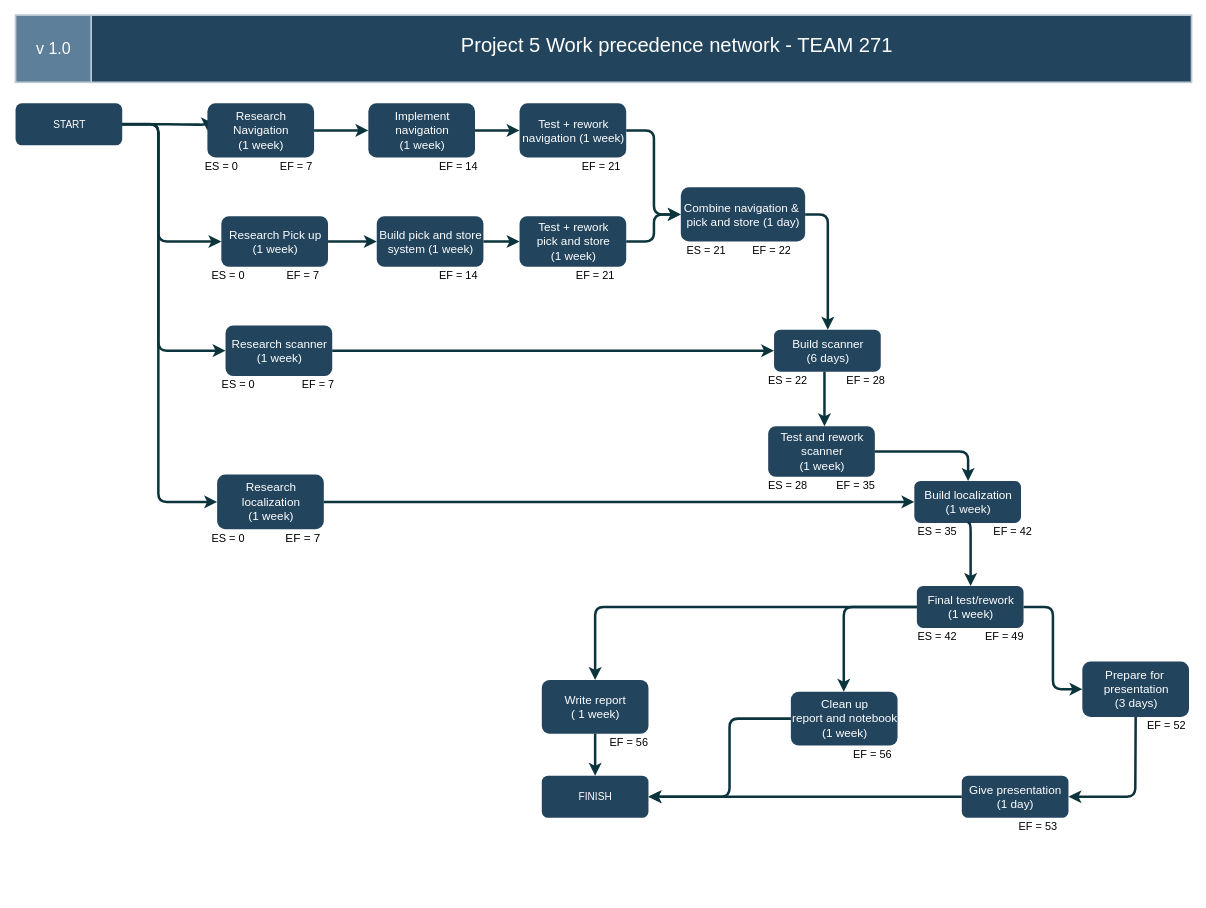
bhuynhdev/ENED-1120-Robotics-Proj5 keeps this draw.io diagram as precedence-network-Proj5.drawio. Above is the earlier version. Source tidied: cells renumbered, new cells numbered last; positions are measured from the earlier drawing's top-left corner, leaving out a move shared by most shapes. Both pictures are drawn from the tidied source at 84%, with x=0, y=0 at pixel (15, 14).
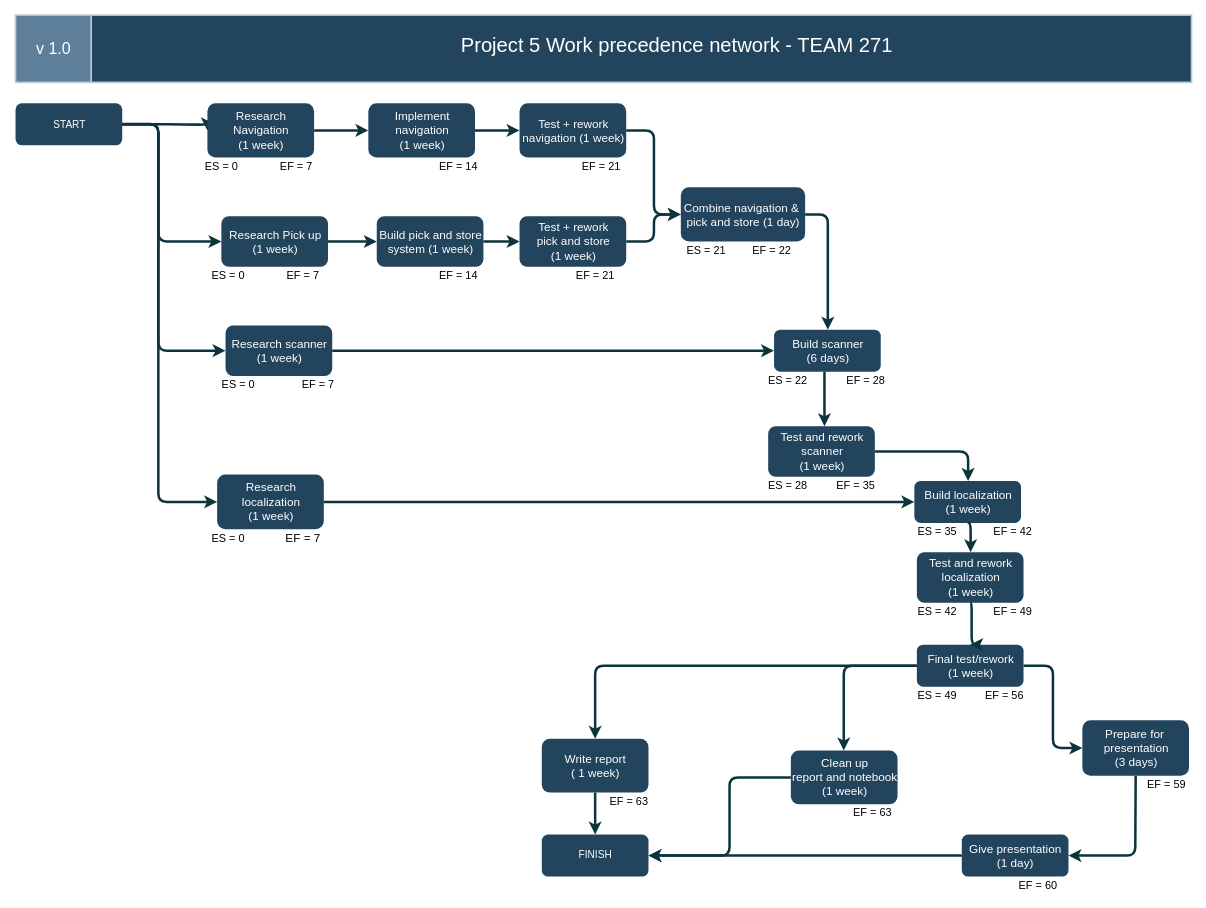
Above is the later version.

Commit message (it also covers changes not shown here):
Precedence network v3

Added missing task: Test and rework localization system

The change refers to these unchanged cells:
```xml
<mxCell id="19" value="&lt;font color=&quot;#ffffff&quot; style=&quot;font-size: 14px&quot;&gt;Build localization&lt;br&gt;(&lt;/font&gt;&lt;span style=&quot;color: rgb(255 , 255 , 255) ; font-size: 14px&quot;&gt;1 week&lt;/span&gt;&lt;font color=&quot;#ffffff&quot; style=&quot;font-size: 14px&quot;&gt;)&lt;br&gt;&lt;/font&gt;" style="rounded=1;fillColor=#23445D;strokeColor=none;strokeWidth=2;gradientColor=none;fontFamily=Helvetica;html=1;" parent="1" vertex="1">
  <mxGeometry x="1070" y="555" width="127" height="50" as="geometry" />
</mxCell>
```

Change to the diagram source:
```diff
@@
     <mxCell id="11" value="&lt;font color=&quot;#ffffff&quot; style=&quot;font-size: 14px&quot;&gt;Prepare for&amp;nbsp;&lt;br&gt;presentation&lt;br&gt;(3 days)&lt;/font&gt;" style="rounded=1;fillColor=#23445D;strokeColor=none;strokeWidth=2;gradientColor=none;fontFamily=Helvetica;html=1;" parent="1" vertex="1">
-      <mxGeometry x="1270" y="770" width="127" height="66" as="geometry" />
+      <mxGeometry x="1270" y="840" width="127" height="66" as="geometry" />
     </mxCell>
@@
     <mxCell id="16" value="&lt;font color=&quot;#ffffff&quot; style=&quot;font-size: 14px&quot;&gt;Final test/rework&lt;br&gt;(&lt;/font&gt;&lt;span style=&quot;color: rgb(255 , 255 , 255) ; font-size: 14px&quot;&gt;1 week&lt;/span&gt;&lt;font color=&quot;#ffffff&quot; style=&quot;font-size: 14px&quot;&gt;)&lt;/font&gt;" style="rounded=1;fillColor=#23445D;strokeColor=none;strokeWidth=2;gradientColor=none;fontFamily=Helvetica;html=1;" parent="1" vertex="1">
-      <mxGeometry x="1073" y="680" width="127" height="50" as="geometry" />
+      <mxGeometry x="1073" y="750" width="127" height="50" as="geometry" />
     </mxCell>
@@
     <mxCell id="33" style="edgeStyle=elbowEdgeStyle;elbow=horizontal;strokeWidth=3;strokeColor=#0C343D;fontFamily=Helvetica;html=1;exitX=1;exitY=0.5;exitDx=0;exitDy=0;" parent="1" edge="1" source="16" target="11">
-      <mxGeometry x="-3.6" y="706.5" as="geometry" />
+      <mxGeometry x="-3.6" y="776.5" as="geometry" />
     </mxCell>
-    <mxCell id="34" style="edgeStyle=elbowEdgeStyle;elbow=horizontal;strokeWidth=3;strokeColor=#0C343D;fontFamily=Helvetica;html=1;exitX=0.5;exitY=1;exitDx=0;exitDy=0;entryX=0.5;entryY=0;entryDx=0;entryDy=0;" parent="1" edge="1" source="19" target="16">
+    <mxCell id="34" style="edgeStyle=elbowEdgeStyle;elbow=horizontal;strokeWidth=3;strokeColor=#0C343D;fontFamily=Helvetica;html=1;exitX=0.5;exitY=1;exitDx=0;exitDy=0;entryX=0.5;entryY=0;entryDx=0;entryDy=0;" parent="1" edge="1" source="19" target="72">
       <mxGeometry x="6.4" y="830.5" as="geometry">
         <Array as="points">
           <mxPoint x="1137" y="630" />
           <mxPoint x="1614" y="640" />
         </Array>
       </mxGeometry>
     </mxCell>
@@
     <mxCell id="36" style="edgeStyle=elbowEdgeStyle;elbow=horizontal;strokeWidth=3;strokeColor=#0C343D;fontFamily=Helvetica;html=1;entryX=0.5;entryY=0;entryDx=0;entryDy=0;exitX=0;exitY=0.5;exitDx=0;exitDy=0;" parent="1" edge="1" source="16" target="37">
-      <mxGeometry x="6.4" y="716.5" as="geometry">
+      <mxGeometry x="6.4" y="786.5" as="geometry">
         <Array as="points">
-          <mxPoint x="986" y="716" />
-          <mxPoint x="1440" y="236" />
+          <mxPoint x="986" y="786" />
+          <mxPoint x="1440" y="306" />
         </Array>
       </mxGeometry>
     </mxCell>
     <mxCell id="37" value="&lt;font color=&quot;#ffffff&quot; style=&quot;font-size: 14px&quot;&gt;Clean up&lt;br&gt;report and notebook&lt;br&gt;(1 week)&lt;/font&gt;" style="rounded=1;fillColor=#23445D;strokeColor=none;strokeWidth=2;gradientColor=none;fontFamily=Helvetica;html=1;" parent="1" vertex="1">
-      <mxGeometry x="923" y="806" width="127" height="64" as="geometry" />
+      <mxGeometry x="923" y="876" width="127" height="64" as="geometry" />
     </mxCell>
     <mxCell id="38" value="&lt;font color=&quot;#ffffff&quot; style=&quot;font-size: 14px&quot;&gt;Give presentation&lt;br&gt;(1 day)&lt;/font&gt;" style="rounded=1;fillColor=#23445D;strokeColor=none;strokeWidth=2;gradientColor=none;fontFamily=Helvetica;html=1;" parent="1" vertex="1">
-      <mxGeometry x="1126.5" y="906" width="127" height="50" as="geometry" />
+      <mxGeometry x="1126.5" y="976" width="127" height="50" as="geometry" />
     </mxCell>
     <mxCell id="39" style="edgeStyle=elbowEdgeStyle;elbow=horizontal;strokeWidth=3;strokeColor=#0C343D;fontFamily=Helvetica;html=1;entryX=1;entryY=0.5;entryDx=0;entryDy=0;exitX=0.5;exitY=1;exitDx=0;exitDy=0;" parent="1" edge="1" source="11" target="38">
-      <mxGeometry x="220.4" y="723.8" as="geometry">
+      <mxGeometry x="220.4" y="793.8" as="geometry">
         <Array as="points">
-          <mxPoint x="1333" y="896" />
-          <mxPoint x="1357" y="1076" />
+          <mxPoint x="1333" y="966" />
+          <mxPoint x="1357" y="1146" />
         </Array>
       </mxGeometry>
     </mxCell>
@@
-    <mxCell id="55" value="&lt;font style=&quot;font-size: 13px&quot;&gt;ES = 42&lt;/font&gt;" style="text;html=1;align=center;verticalAlign=middle;" parent="1" vertex="1">
-      <mxGeometry x="1066.5" y="730" width="60" height="20" as="geometry" />
+    <mxCell id="55" value="&lt;font style=&quot;font-size: 13px&quot;&gt;ES = 49&lt;/font&gt;" style="text;html=1;align=center;verticalAlign=middle;" parent="1" vertex="1">
+      <mxGeometry x="1066.5" y="800" width="60" height="20" as="geometry" />
     </mxCell>
-    <mxCell id="56" value="&lt;font style=&quot;font-size: 13px&quot;&gt;EF = 49&lt;/font&gt;" style="text;html=1;align=center;verticalAlign=middle;" parent="1" vertex="1">
-      <mxGeometry x="1146.5" y="730" width="60" height="20" as="geometry" />
+    <mxCell id="56" value="&lt;font style=&quot;font-size: 13px&quot;&gt;EF = 56&lt;/font&gt;" style="text;html=1;align=center;verticalAlign=middle;" parent="1" vertex="1">
+      <mxGeometry x="1146.5" y="800" width="60" height="20" as="geometry" />
     </mxCell>
-    <mxCell id="57" value="&lt;font style=&quot;font-size: 13px&quot;&gt;EF = 52&lt;/font&gt;" style="text;html=1;align=center;verticalAlign=middle;" parent="1" vertex="1">
-      <mxGeometry x="1340" y="836" width="60" height="20" as="geometry" />
+    <mxCell id="57" value="&lt;font style=&quot;font-size: 13px&quot;&gt;EF = 59&lt;/font&gt;" style="text;html=1;align=center;verticalAlign=middle;" parent="1" vertex="1">
+      <mxGeometry x="1340" y="906" width="60" height="20" as="geometry" />
     </mxCell>
-    <mxCell id="58" value="&lt;font style=&quot;font-size: 13px&quot;&gt;EF = 53&lt;/font&gt;" style="text;html=1;align=center;verticalAlign=middle;" parent="1" vertex="1">
-      <mxGeometry x="1187" y="956" width="60" height="20" as="geometry" />
+    <mxCell id="58" value="&lt;font style=&quot;font-size: 13px&quot;&gt;EF = 60&lt;/font&gt;" style="text;html=1;align=center;verticalAlign=middle;" parent="1" vertex="1">
+      <mxGeometry x="1187" y="1026" width="60" height="20" as="geometry" />
     </mxCell>
-    <mxCell id="59" value="&lt;font style=&quot;font-size: 13px&quot;&gt;EF = 56&lt;/font&gt;" style="text;html=1;align=center;verticalAlign=middle;" parent="1" vertex="1">
-      <mxGeometry x="700" y="856" width="60" height="20" as="geometry" />
+    <mxCell id="59" value="&lt;font style=&quot;font-size: 13px&quot;&gt;EF = 63&lt;/font&gt;" style="text;html=1;align=center;verticalAlign=middle;" parent="1" vertex="1">
+      <mxGeometry x="700" y="926" width="60" height="20" as="geometry" />
     </mxCell>
@@
     <mxCell id="65" value="&lt;font color=&quot;#ffffff&quot;&gt;FINISH&lt;/font&gt;" style="rounded=1;fillColor=#23445D;strokeColor=none;strokeWidth=2;gradientColor=none;fontFamily=Helvetica;html=1;" parent="1" vertex="1">
-      <mxGeometry x="626.5" y="906" width="127" height="50" as="geometry" />
+      <mxGeometry x="626.5" y="976" width="127" height="50" as="geometry" />
     </mxCell>
     <mxCell id="66" style="edgeStyle=elbowEdgeStyle;elbow=horizontal;strokeWidth=3;strokeColor=#0C343D;fontFamily=Helvetica;html=1;entryX=1;entryY=0.5;entryDx=0;entryDy=0;exitX=0;exitY=0.5;exitDx=0;exitDy=0;" parent="1" edge="1" source="38" target="65">
-      <mxGeometry x="-89.6" y="839.2" as="geometry">
+      <mxGeometry x="-89.6" y="909.2" as="geometry">
         <Array as="points">
-          <mxPoint x="960" y="951" />
+          <mxPoint x="960" y="1021" />
         </Array>
       </mxGeometry>
     </mxCell>
     <mxCell id="67" style="edgeStyle=elbowEdgeStyle;elbow=horizontal;strokeWidth=3;strokeColor=#0C343D;fontFamily=Helvetica;html=1;entryX=1;entryY=0.5;entryDx=0;entryDy=0;exitX=0;exitY=0.5;exitDx=0;exitDy=0;" parent="1" edge="1" source="37" target="65">
-      <mxGeometry x="-399.6" y="584.2" as="geometry">
+      <mxGeometry x="-399.6" y="654.2" as="geometry">
         <Array as="points">
-          <mxPoint x="850" y="946" />
+          <mxPoint x="850" y="1016" />
         </Array>
       </mxGeometry>
     </mxCell>
     <mxCell id="68" style="edgeStyle=elbowEdgeStyle;elbow=horizontal;strokeWidth=3;strokeColor=#0C343D;fontFamily=Helvetica;html=1;exitX=0;exitY=0.5;exitDx=0;exitDy=0;entryX=0.5;entryY=0;entryDx=0;entryDy=0;" parent="1" edge="1" source="16" target="69">
-      <mxGeometry x="-278.1" y="711.5" as="geometry">
+      <mxGeometry x="-278.1" y="781.5" as="geometry">
         <Array as="points">
-          <mxPoint x="690" y="730" />
-          <mxPoint x="704" y="730" />
-          <mxPoint x="720" y="720" />
-          <mxPoint x="704" y="740" />
-          <mxPoint x="720" y="720" />
-          <mxPoint x="701.5" y="711" />
-          <mxPoint x="1155.5" y="231" />
+          <mxPoint x="690" y="800" />
+          <mxPoint x="704" y="800" />
+          <mxPoint x="720" y="790" />
+          <mxPoint x="704" y="810" />
+          <mxPoint x="720" y="790" />
+          <mxPoint x="701.5" y="781" />
+          <mxPoint x="1155.5" y="301" />
         </Array>
       </mxGeometry>
     </mxCell>
     <mxCell id="69" value="&lt;font color=&quot;#ffffff&quot; style=&quot;font-size: 14px&quot;&gt;&lt;span&gt;Write report&lt;br&gt;&lt;/span&gt;( 1 week)&lt;/font&gt;" style="rounded=1;fillColor=#23445D;strokeColor=none;strokeWidth=2;gradientColor=none;fontFamily=Helvetica;html=1;" parent="1" vertex="1">
-      <mxGeometry x="626.5" y="792" width="127" height="64" as="geometry" />
+      <mxGeometry x="626.5" y="862" width="127" height="64" as="geometry" />
     </mxCell>
     <mxCell id="70" style="edgeStyle=elbowEdgeStyle;elbow=horizontal;strokeWidth=3;strokeColor=#0C343D;fontFamily=Helvetica;html=1;exitX=0.5;exitY=1;exitDx=0;exitDy=0;entryX=0.5;entryY=0;entryDx=0;entryDy=0;" parent="1" edge="1" source="69" target="65">
-      <mxGeometry x="-268.1" y="721.5" as="geometry">
+      <mxGeometry x="-268.1" y="791.5" as="geometry">
         <Array as="points">
-          <mxPoint x="690" y="880" />
-          <mxPoint x="730" y="730" />
-          <mxPoint x="714" y="750" />
-          <mxPoint x="730" y="730" />
-          <mxPoint x="711.5" y="721" />
-          <mxPoint x="1165.5" y="241" />
+          <mxPoint x="690" y="950" />
+          <mxPoint x="730" y="800" />
+          <mxPoint x="714" y="820" />
+          <mxPoint x="730" y="800" />
+          <mxPoint x="711.5" y="791" />
+          <mxPoint x="1165.5" y="311" />
         </Array>
       </mxGeometry>
     </mxCell>
-    <mxCell id="71" value="&lt;font style=&quot;font-size: 13px&quot;&gt;EF = 56&lt;/font&gt;" style="text;html=1;align=center;verticalAlign=middle;" parent="1" vertex="1">
-      <mxGeometry x="990" y="870" width="60" height="20" as="geometry" />
+    <mxCell id="71" value="&lt;font style=&quot;font-size: 13px&quot;&gt;EF = 63&lt;/font&gt;" style="text;html=1;align=center;verticalAlign=middle;" parent="1" vertex="1">
+      <mxGeometry x="990" y="940" width="60" height="20" as="geometry" />
     </mxCell>
+    <mxCell id="72" value="&lt;font color=&quot;#ffffff&quot; style=&quot;font-size: 14px&quot;&gt;Test and rework&lt;br&gt;localization&lt;br&gt;(&lt;/font&gt;&lt;span style=&quot;color: rgb(255 , 255 , 255) ; font-size: 14px&quot;&gt;1 week&lt;/span&gt;&lt;font color=&quot;#ffffff&quot; style=&quot;font-size: 14px&quot;&gt;)&lt;br&gt;&lt;/font&gt;" style="rounded=1;fillColor=#23445D;strokeColor=none;strokeWidth=2;gradientColor=none;fontFamily=Helvetica;html=1;" parent="1" vertex="1">
+      <mxGeometry x="1073" y="640" width="127" height="60" as="geometry" />
+    </mxCell>
+    <mxCell id="73" style="edgeStyle=elbowEdgeStyle;elbow=horizontal;strokeWidth=3;strokeColor=#0C343D;fontFamily=Helvetica;html=1;exitX=0.5;exitY=1;exitDx=0;exitDy=0;entryX=0.5;entryY=0;entryDx=0;entryDy=0;" parent="1" edge="1" source="72" target="16">
+      <mxGeometry x="7.7" y="935.5" as="geometry">
+        <Array as="points">
+          <mxPoint x="1138.2" y="735" />
+          <mxPoint x="1615.2" y="745" />
+        </Array>
+      </mxGeometry>
+    </mxCell>
+    <mxCell id="74" value="&lt;font style=&quot;font-size: 13px&quot;&gt;ES = 42&lt;/font&gt;" style="text;html=1;align=center;verticalAlign=middle;" parent="1" vertex="1">
+      <mxGeometry x="1066.5" y="700" width="60" height="20" as="geometry" />
+    </mxCell>
+    <mxCell id="75" value="&lt;font style=&quot;font-size: 13px&quot;&gt;EF = 49&lt;/font&gt;" style="text;html=1;align=center;verticalAlign=middle;" parent="1" vertex="1">
+      <mxGeometry x="1156.5" y="700" width="60" height="20" as="geometry" />
+    </mxCell>
```
